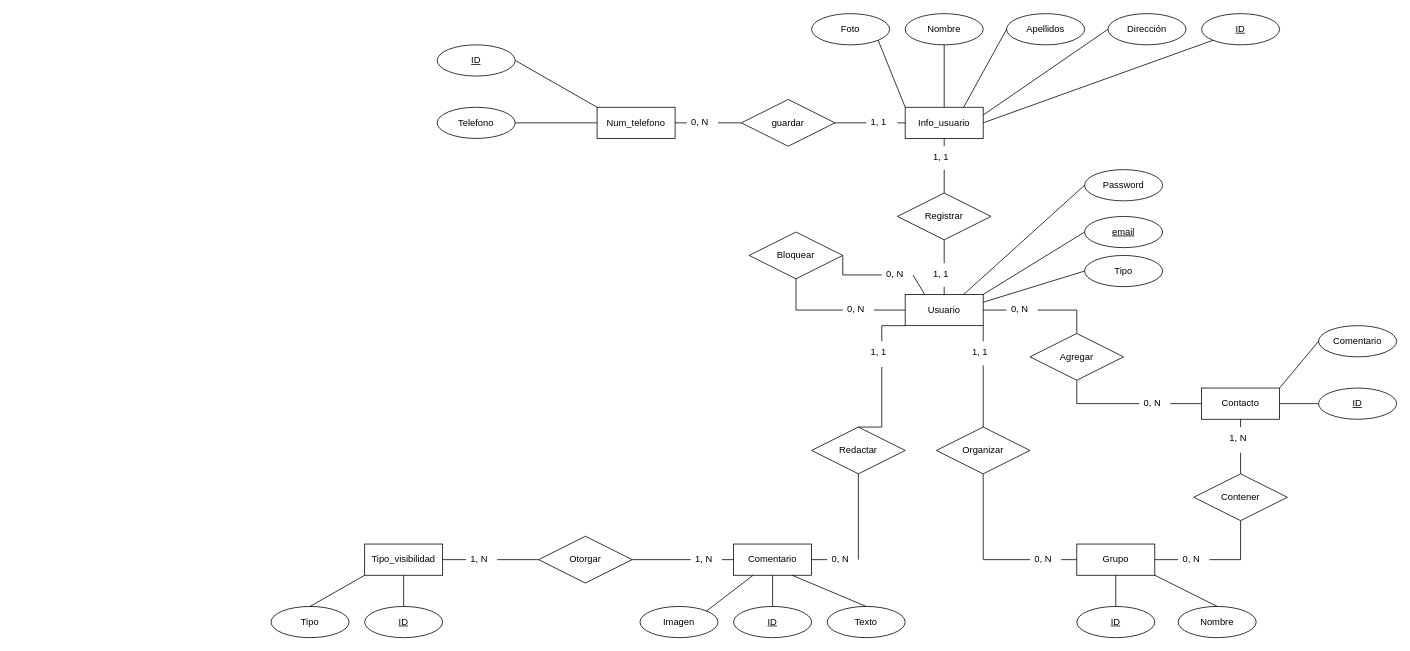
Above: Actividad_14_C3_UD12.drawio in jordimall/jmg-tsys-ta12diagramasER-drawio-111023 (draw.io), before the change. Source tidied: cells renumbered, new cells numbered last; positions are measured from the earlier drawing's top-left corner, leaving out a move shared by most shapes. Both pictures are drawn from the tidied source at 78%, with x=0, y=0 at pixel (271, 13).
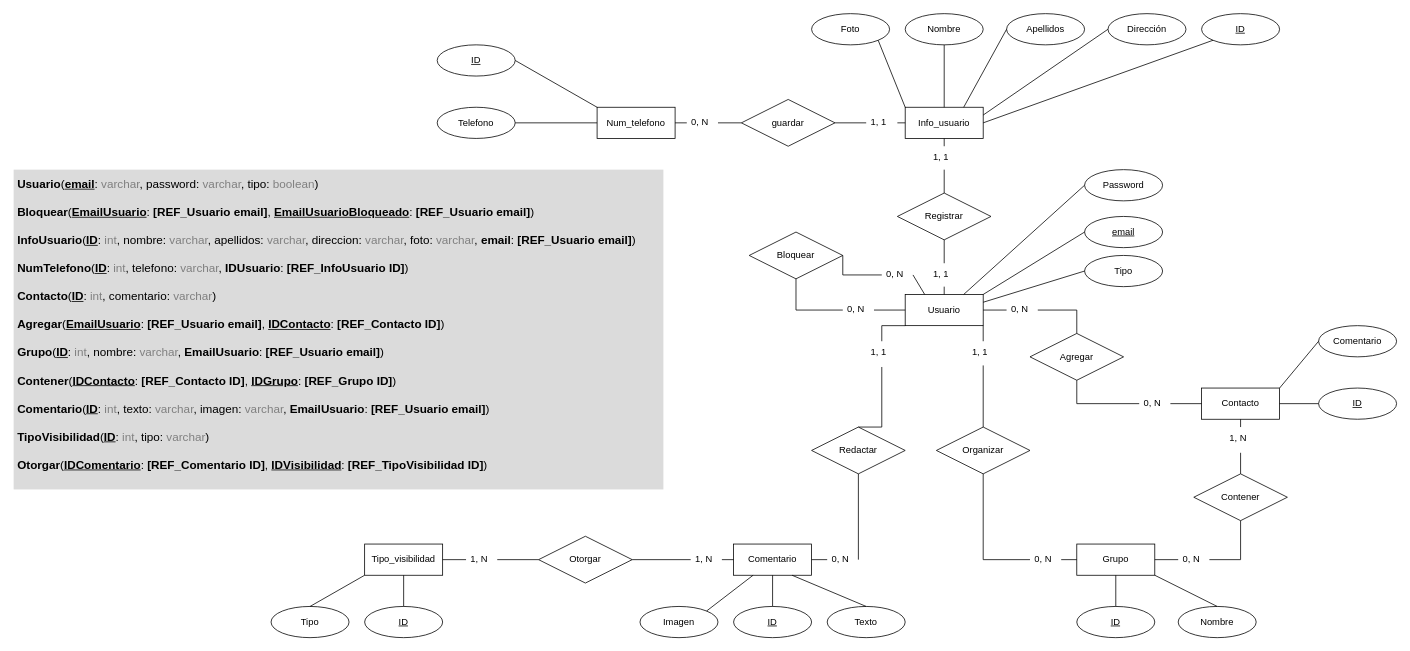
After the change.

The edit, as a diff of the source:
```diff
@@
+    <mxCell id="103" value="&lt;div style=&quot;line-height: 120%;&quot;&gt;&lt;b&gt;Usuario&lt;/b&gt;(&lt;b&gt;&lt;u&gt;email&lt;/u&gt;&lt;/b&gt;: &lt;font color=&quot;#808080&quot;&gt;varchar&lt;/font&gt;, password:&amp;nbsp;&lt;font color=&quot;#808080&quot;&gt;varchar&lt;/font&gt;, tipo: &lt;font color=&quot;#808080&quot;&gt;boolean&lt;/font&gt;)&lt;/div&gt;&lt;div style=&quot;line-height: 120%;&quot;&gt;&lt;br&gt;&lt;/div&gt;&lt;div style=&quot;line-height: 120%;&quot;&gt;&lt;b&gt;Bloquear&lt;/b&gt;(&lt;b&gt;&lt;u&gt;EmailUsuario&lt;/u&gt;&lt;/b&gt;: &lt;b&gt;[REF_Usuario email]&lt;/b&gt;, &lt;b style=&quot;&quot;&gt;&lt;u&gt;EmailUsuarioBloqueado&lt;/u&gt;&lt;/b&gt;: &lt;b&gt;[REF_Usuario email]&lt;/b&gt;)&lt;/div&gt;&lt;div style=&quot;line-height: 120%;&quot;&gt;&lt;br&gt;&lt;/div&gt;&lt;div style=&quot;line-height: 120%;&quot;&gt;&lt;b&gt;InfoUsuario&lt;/b&gt;(&lt;b&gt;&lt;u&gt;ID&lt;/u&gt;&lt;/b&gt;: &lt;font color=&quot;#808080&quot;&gt;int&lt;/font&gt;, nombre: &lt;font color=&quot;#808080&quot;&gt;varchar&lt;/font&gt;, apellidos: &lt;font color=&quot;#808080&quot;&gt;varchar&lt;/font&gt;, direccion: &lt;font color=&quot;#808080&quot;&gt;varchar&lt;/font&gt;, foto: &lt;font color=&quot;#808080&quot;&gt;varchar&lt;/font&gt;, &lt;b&gt;email&lt;/b&gt;: &lt;b&gt;[REF_Usuario email]&lt;/b&gt;)&lt;/div&gt;&lt;div style=&quot;line-height: 120%;&quot;&gt;&lt;br&gt;&lt;/div&gt;&lt;div style=&quot;line-height: 120%;&quot;&gt;&lt;b&gt;NumTelefono&lt;/b&gt;(&lt;b&gt;&lt;u&gt;ID&lt;/u&gt;&lt;/b&gt;: &lt;font color=&quot;#808080&quot;&gt;int&lt;/font&gt;, telefono: &lt;font color=&quot;#808080&quot;&gt;varchar&lt;/font&gt;, &lt;b&gt;IDUsuario&lt;/b&gt;: &lt;b&gt;[REF_InfoUsuario ID]&lt;/b&gt;)&lt;/div&gt;&lt;div style=&quot;line-height: 120%;&quot;&gt;&lt;br&gt;&lt;/div&gt;&lt;div style=&quot;line-height: 120%;&quot;&gt;&lt;b&gt;Contacto&lt;/b&gt;(&lt;b&gt;&lt;u&gt;ID&lt;/u&gt;&lt;/b&gt;: &lt;font color=&quot;#808080&quot;&gt;int&lt;/font&gt;, comentario: &lt;font color=&quot;#808080&quot;&gt;varchar&lt;/font&gt;)&lt;/div&gt;&lt;div style=&quot;line-height: 120%;&quot;&gt;&lt;br&gt;&lt;/div&gt;&lt;div style=&quot;line-height: 120%;&quot;&gt;&lt;b&gt;Agregar&lt;/b&gt;(&lt;b&gt;&lt;u&gt;EmailUsuario&lt;/u&gt;&lt;/b&gt;: &lt;b&gt;[REF_Usuario email]&lt;/b&gt;, &lt;b&gt;&lt;u&gt;IDContacto&lt;/u&gt;&lt;/b&gt;: &lt;b&gt;[REF_Contacto ID]&lt;/b&gt;)&lt;/div&gt;&lt;div style=&quot;line-height: 120%;&quot;&gt;&lt;br&gt;&lt;/div&gt;&lt;div style=&quot;line-height: 120%;&quot;&gt;&lt;b&gt;Grupo&lt;/b&gt;(&lt;b&gt;&lt;u&gt;ID&lt;/u&gt;&lt;/b&gt;: &lt;font color=&quot;#808080&quot;&gt;int&lt;/font&gt;, nombre: &lt;font color=&quot;#808080&quot;&gt;varchar&lt;/font&gt;, &lt;b&gt;EmailUsuario&lt;/b&gt;: &lt;b&gt;[REF_Usuario email]&lt;/b&gt;)&lt;/div&gt;&lt;div style=&quot;line-height: 120%;&quot;&gt;&lt;br&gt;&lt;/div&gt;&lt;div style=&quot;line-height: 120%;&quot;&gt;&lt;b&gt;Contener&lt;/b&gt;(&lt;b&gt;&lt;u&gt;IDContacto&lt;/u&gt;&lt;/b&gt;: &lt;b&gt;[REF_Contacto ID]&lt;/b&gt;, &lt;b&gt;&lt;u&gt;IDGrupo&lt;/u&gt;&lt;/b&gt;: &lt;b&gt;[REF_Grupo ID]&lt;/b&gt;)&lt;/div&gt;&lt;div style=&quot;line-height: 120%;&quot;&gt;&lt;br&gt;&lt;/div&gt;&lt;div style=&quot;line-height: 120%;&quot;&gt;&lt;b&gt;Comentario&lt;/b&gt;(&lt;b&gt;&lt;u&gt;ID&lt;/u&gt;&lt;/b&gt;: &lt;font color=&quot;#808080&quot;&gt;int&lt;/font&gt;, texto: &lt;font color=&quot;#808080&quot;&gt;varchar&lt;/font&gt;, imagen: &lt;font color=&quot;#808080&quot;&gt;varchar&lt;/font&gt;,&lt;font color=&quot;#808080&quot;&gt; &lt;/font&gt;&lt;b&gt;EmailUsuario&lt;/b&gt;: &lt;b&gt;[REF_Usuario email]&lt;/b&gt;)&lt;/div&gt;&lt;div style=&quot;line-height: 120%;&quot;&gt;&lt;br&gt;&lt;/div&gt;&lt;div style=&quot;line-height: 120%;&quot;&gt;&lt;b&gt;TipoVisibilidad&lt;/b&gt;(&lt;b&gt;&lt;u&gt;ID&lt;/u&gt;&lt;/b&gt;: &lt;font color=&quot;#808080&quot;&gt;int&lt;/font&gt;, tipo: &lt;font color=&quot;#808080&quot;&gt;varchar&lt;/font&gt;)&lt;/div&gt;&lt;div style=&quot;line-height: 120%;&quot;&gt;&lt;br&gt;&lt;/div&gt;&lt;div style=&quot;line-height: 120%;&quot;&gt;&lt;b&gt;Otorgar&lt;/b&gt;(&lt;b&gt;&lt;u&gt;IDComentario&lt;/u&gt;&lt;/b&gt;: &lt;b&gt;[REF_Comentario ID]&lt;/b&gt;, &lt;b&gt;&lt;u&gt;IDVisibilidad&lt;/u&gt;&lt;/b&gt;: &lt;b&gt;[REF_TipoVisibilidad ID]&lt;/b&gt;)&lt;/div&gt;" style="text;html=1;strokeColor=none;fillColor=#dbdbdb;align=left;verticalAlign=top;whiteSpace=wrap;rounded=0;fontSize=15;spacing=5;" parent="1" vertex="1">
+      <mxGeometry x="-330" y="200" width="833" height="410" as="geometry" />
+    </mxCell>
```
